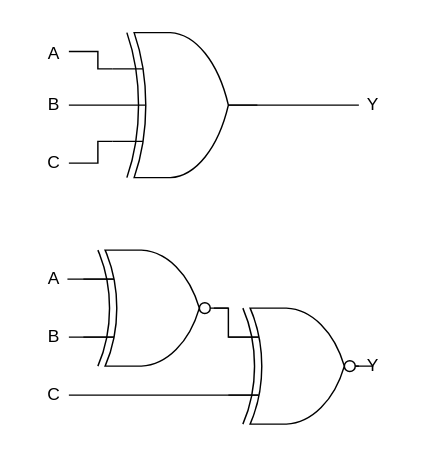
Above: drawio/21_3xor.drawio in cd-public/hw_asm (draw.io), before the change. Source tidied: cells renumbered, new cells numbered last; positions are measured from the earlier drawing's top-left corner, leaving out a move shared by most shapes. Both pictures are drawn from the tidied source at 145%, with x=0, y=0 at pixel (25, 25).
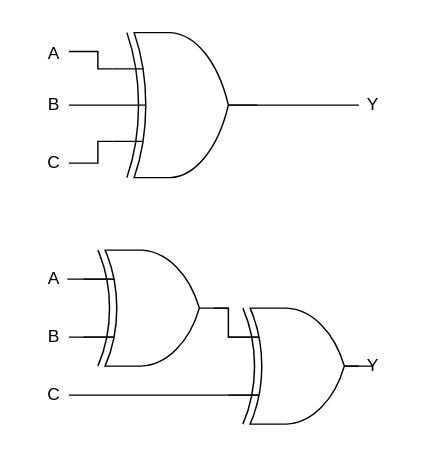
The same page after the edit.

The edit, as a diff of the source:
```diff
@@
-    <mxCell id="19" style="verticalLabelPosition=bottom;shadow=0;dashed=0;align=center;html=1;verticalAlign=top;shape=mxgraph.electrical.logic_gates.logic_gate;operation=xor;negating=1;negSize=0.15;labelPerimeter=1;" parent="1" vertex="1">
+    <mxCell id="19" style="verticalLabelPosition=bottom;shadow=0;dashed=0;align=center;html=1;verticalAlign=top;shape=mxgraph.electrical.logic_gates.logic_gate;operation=xor;labelPerimeter=1;" parent="1" vertex="1">
       <mxGeometry x="140" y="195" width="100" height="80" as="geometry" />
     </mxCell>
-    <mxCell id="20" style="verticalLabelPosition=bottom;shadow=0;dashed=0;align=center;html=1;verticalAlign=top;shape=mxgraph.electrical.logic_gates.logic_gate;operation=xor;negating=1;negSize=0.15;labelPerimeter=1;" parent="1" vertex="1">
+    <mxCell id="20" style="verticalLabelPosition=bottom;shadow=0;dashed=0;align=center;html=1;verticalAlign=top;shape=mxgraph.electrical.logic_gates.logic_gate;operation=xor;labelPerimeter=1;" parent="1" vertex="1">
       <mxGeometry x="40" y="155" width="100" height="80" as="geometry" />
     </mxCell>
```
